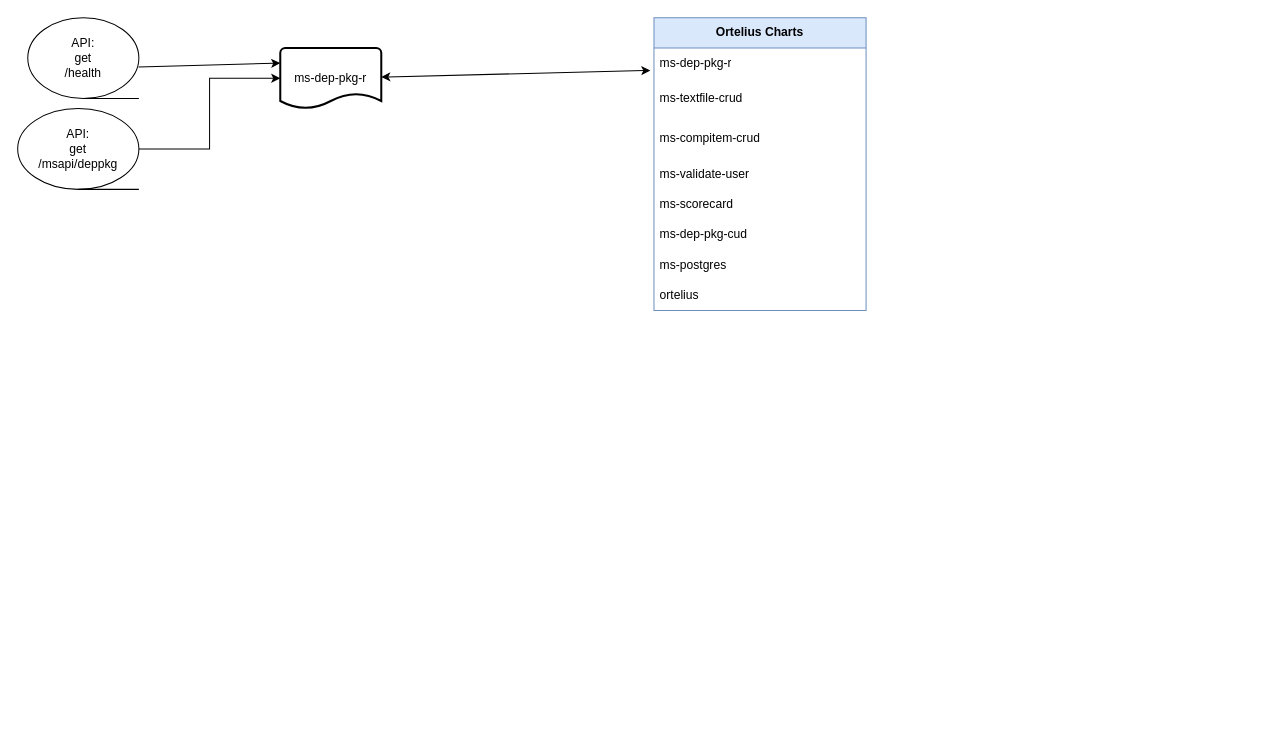
Earlier version of the draw.io diagram Ortelius_General_Workflow.drawio.xml (peRFectBeliever/app.diagrams.net). Source tidied: cells renumbered, new cells numbered last; positions are measured from the earlier drawing's top-left corner, leaving out a move shared by most shapes. Both pictures are drawn from the tidied source at 101%, with x=0, y=0 at pixel (17, 17).
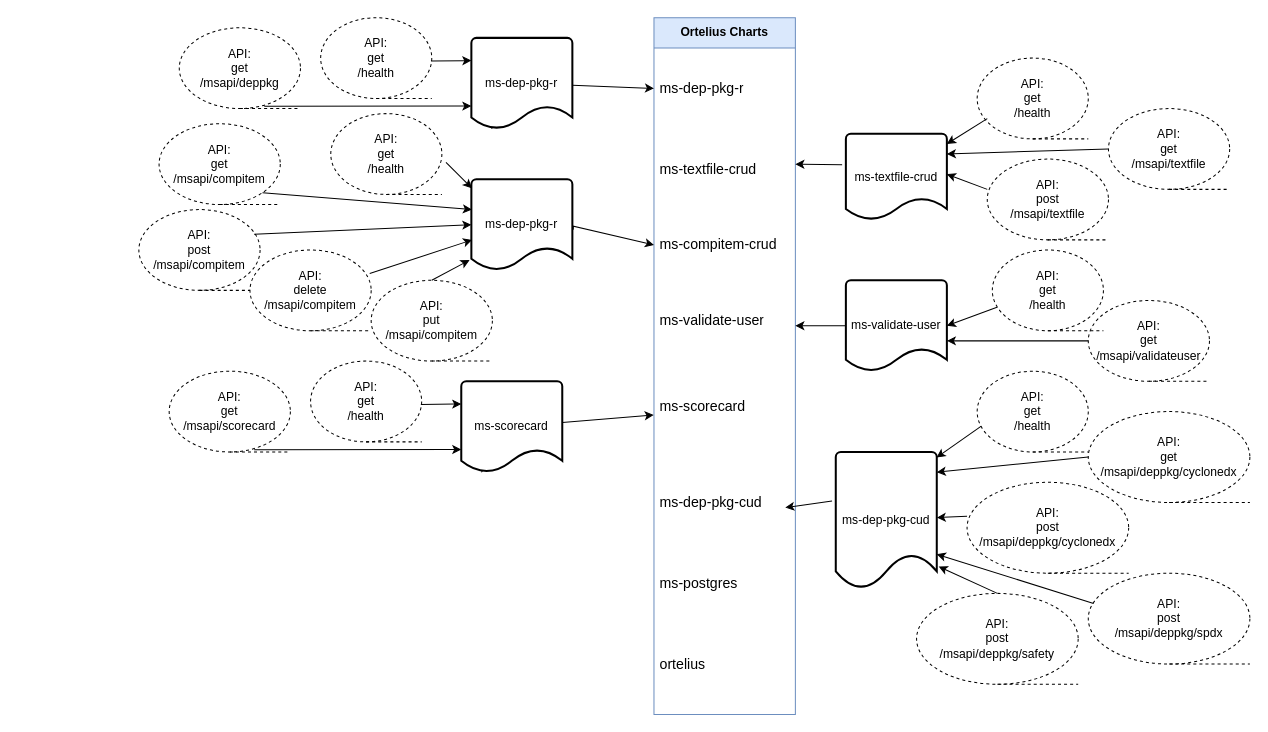
After the change.

Change to the diagram source:
```diff
@@
     <mxCell id="2" value="&lt;b&gt;Ortelius Charts&lt;/b&gt;" style="swimlane;fontStyle=0;horizontal=1;startSize=30;whiteSpace=wrap;html=1;fillColor=#dae8fc;strokeColor=#6c8ebf;" parent="1" vertex="1">
-      <mxGeometry x="630" width="210" height="290" as="geometry" />
+      <mxGeometry x="630" width="140" height="690" as="geometry" />
     </mxCell>
-    <mxCell id="3" value="ms-dep-pkg-r" style="text;strokeColor=none;fillColor=none;align=left;verticalAlign=middle;spacingLeft=4;spacingRight=4;overflow=hidden;points=[[0,0.5],[1,0.5]];portConstraint=eastwest;whiteSpace=wrap;html=1;" parent="2" vertex="1">
-      <mxGeometry y="30" width="210" height="30" as="geometry" />
+    <mxCell id="3" value="ms-dep-pkg-r" style="text;strokeColor=none;fillColor=none;align=left;verticalAlign=middle;spacingLeft=4;spacingRight=4;overflow=hidden;points=[[0,0.5],[1,0.5]];portConstraint=eastwest;whiteSpace=wrap;html=1;fontSize=14;" parent="2" vertex="1">
+      <mxGeometry y="30" width="140" height="80" as="geometry" />
     </mxCell>
-    <mxCell id="4" value="ms-textfile-crud" style="text;strokeColor=none;fillColor=none;align=left;verticalAlign=middle;spacingLeft=4;spacingRight=4;overflow=hidden;points=[[0,0.5],[1,0.5]];portConstraint=eastwest;whiteSpace=wrap;html=1;" parent="2" vertex="1">
-      <mxGeometry y="60" width="210" height="40" as="geometry" />
+    <mxCell id="4" value="ms-textfile-crud" style="text;strokeColor=none;fillColor=none;align=left;verticalAlign=middle;spacingLeft=4;spacingRight=4;overflow=hidden;points=[[0,0.5],[1,0.5]];portConstraint=eastwest;whiteSpace=wrap;html=1;fontSize=14;" parent="2" vertex="1">
+      <mxGeometry y="110" width="140" height="80" as="geometry" />
     </mxCell>
-    <mxCell id="5" value="ms-compitem-crud" style="text;strokeColor=none;fillColor=none;align=left;verticalAlign=middle;spacingLeft=4;spacingRight=4;overflow=hidden;points=[[0,0.5],[1,0.5]];portConstraint=eastwest;whiteSpace=wrap;html=1;" parent="2" vertex="1">
-      <mxGeometry y="100" width="210" height="40" as="geometry" />
+    <mxCell id="5" value="ms-compitem-crud" style="text;strokeColor=none;fillColor=none;align=left;verticalAlign=middle;spacingLeft=4;spacingRight=4;overflow=hidden;points=[[0,0.5],[1,0.5]];portConstraint=eastwest;whiteSpace=wrap;html=1;fontSize=14;" parent="2" vertex="1">
+      <mxGeometry y="190" width="140" height="70" as="geometry" />
     </mxCell>
-    <mxCell id="6" value="ms-validate-user" style="text;strokeColor=none;fillColor=none;align=left;verticalAlign=middle;spacingLeft=4;spacingRight=4;overflow=hidden;points=[[0,0.5],[1,0.5]];portConstraint=eastwest;whiteSpace=wrap;html=1;" parent="2" vertex="1">
-      <mxGeometry y="140" width="210" height="30" as="geometry" />
+    <mxCell id="6" value="ms-validate-user" style="text;strokeColor=none;fillColor=none;align=left;verticalAlign=middle;spacingLeft=4;spacingRight=4;overflow=hidden;points=[[0,0.5],[1,0.5]];portConstraint=eastwest;whiteSpace=wrap;html=1;fontSize=14;" parent="2" vertex="1">
+      <mxGeometry y="260" width="140" height="80" as="geometry" />
     </mxCell>
-    <mxCell id="7" value="ms-scorecard" style="text;strokeColor=none;fillColor=none;align=left;verticalAlign=middle;spacingLeft=4;spacingRight=4;overflow=hidden;points=[[0,0.5],[1,0.5]];portConstraint=eastwest;whiteSpace=wrap;html=1;" parent="2" vertex="1">
-      <mxGeometry y="170" width="210" height="30" as="geometry" />
+    <mxCell id="7" value="ms-scorecard" style="text;strokeColor=none;fillColor=none;align=left;verticalAlign=middle;spacingLeft=4;spacingRight=4;overflow=hidden;points=[[0,0.5],[1,0.5]];portConstraint=eastwest;whiteSpace=wrap;html=1;fontSize=14;" parent="2" vertex="1">
+      <mxGeometry y="340" width="140" height="90" as="geometry" />
     </mxCell>
-    <mxCell id="8" value="ms-dep-pkg-cud" style="text;strokeColor=none;fillColor=none;align=left;verticalAlign=middle;spacingLeft=4;spacingRight=4;overflow=hidden;whiteSpace=wrap;html=1;" parent="2" vertex="1">
-      <mxGeometry y="200" width="210" height="30" as="geometry" />
+    <mxCell id="8" value="ms-dep-pkg-cud" style="text;strokeColor=none;fillColor=none;align=left;verticalAlign=middle;spacingLeft=4;spacingRight=4;overflow=hidden;whiteSpace=wrap;html=1;fontSize=14;" parent="2" vertex="1">
+      <mxGeometry y="430" width="140" height="100" as="geometry" />
     </mxCell>
-    <mxCell id="9" value="ms-postgres" style="text;strokeColor=none;fillColor=none;align=left;verticalAlign=middle;spacingLeft=4;spacingRight=4;overflow=hidden;whiteSpace=wrap;html=1;" parent="2" vertex="1">
-      <mxGeometry y="230" width="210" height="30" as="geometry" />
+    <mxCell id="9" value="ms-postgres" style="text;strokeColor=none;fillColor=none;align=left;verticalAlign=middle;spacingLeft=4;spacingRight=4;overflow=hidden;whiteSpace=wrap;html=1;fontSize=14;" parent="2" vertex="1">
+      <mxGeometry y="530" width="140" height="60" as="geometry" />
     </mxCell>
-    <mxCell id="10" value="ortelius" style="text;strokeColor=none;fillColor=none;align=left;verticalAlign=middle;spacingLeft=4;spacingRight=4;overflow=hidden;whiteSpace=wrap;html=1;" parent="2" vertex="1">
-      <mxGeometry y="260" width="210" height="30" as="geometry" />
+    <mxCell id="10" value="ortelius" style="text;strokeColor=none;fillColor=none;align=left;verticalAlign=middle;spacingLeft=4;spacingRight=4;overflow=hidden;whiteSpace=wrap;html=1;fontSize=14;" parent="2" vertex="1">
+      <mxGeometry y="590" width="140" height="100" as="geometry" />
     </mxCell>
-    <mxCell id="11" style="endArrow=classic;startArrow=classic;html=1;rounded=0;exitX=-0.017;exitY=0.741;exitDx=0;exitDy=0;exitPerimeter=0;" parent="1" edge="1" source="3" target="12">
-      <mxGeometry relative="1" as="geometry" />
-    </mxCell>
-    <mxCell id="12" value="ms-dep-pkg-r" style="strokeWidth=2;html=1;shape=mxgraph.flowchart.document2;whiteSpace=wrap;size=0.25;" parent="1" vertex="1">
-      <mxGeometry x="260" y="30" width="100" height="60" as="geometry" />
-    </mxCell>
-    <mxCell id="13" style="edgeStyle=orthogonalEdgeStyle;rounded=0;jettySize=auto;html=1;entryX=0;entryY=0.5;entryDx=0;entryDy=0;entryPerimeter=0;" parent="1" edge="1" source="14" target="12">
-      <mxGeometry relative="1" as="geometry" />
-    </mxCell>
+    <mxCell id="17" style="edgeStyle=orthogonalEdgeStyle;rounded=0;orthogonalLoop=1;jettySize=auto;html=1;exitX=1;exitY=0.5;exitDx=0;exitDy=0;" parent="2" edge="1" source="6" target="6">
+      <mxGeometry relative="1" as="geometry" />
+    </mxCell>
-    <mxCell id="14" value="API:&lt;br&gt;get&lt;br&gt;/msapi/deppkg" style="shape=tapeData;whiteSpace=wrap;html=1;perimeter=ellipsePerimeter;" parent="1" vertex="1">
-      <mxGeometry y="90" width="120" height="80" as="geometry" />
+    <mxCell id="14" value="API:&lt;br&gt;get&lt;br&gt;/msapi/deppkg" style="shape=tapeData;whiteSpace=wrap;html=1;perimeter=ellipsePerimeter;dashed=1;" parent="1" vertex="1">
+      <mxGeometry x="160" y="10" width="120" height="80" as="geometry" />
     </mxCell>
-    <mxCell id="15" value="API:&lt;br&gt;get&lt;br&gt;/health" style="shape=tapeData;whiteSpace=wrap;html=1;perimeter=ellipsePerimeter;" parent="1" vertex="1">
-      <mxGeometry x="10" width="110" height="80" as="geometry" />
+    <mxCell id="15" value="API:&lt;br&gt;get&lt;br&gt;/health" style="shape=tapeData;whiteSpace=wrap;html=1;perimeter=ellipsePerimeter;dashed=1;" parent="1" vertex="1">
+      <mxGeometry x="300" width="110" height="80" as="geometry" />
     </mxCell>
-    <mxCell id="16" style="endArrow=classic;html=1;rounded=0;entryX=0;entryY=0.25;entryDx=0;entryDy=0;entryPerimeter=0;exitX=0.997;exitY=0.611;exitDx=0;exitDy=0;exitPerimeter=0;" parent="1" edge="1" source="15" target="12">
-      <mxGeometry relative="1" as="geometry" />
-    </mxCell>
+    <mxCell id="18" value="ms-textfile-crud" style="strokeWidth=2;html=1;shape=mxgraph.flowchart.document2;whiteSpace=wrap;size=0.25;" parent="1" vertex="1">
+      <mxGeometry x="820" y="115" width="100" height="85" as="geometry" />
+    </mxCell>
+    <mxCell id="19" style="endArrow=classic;html=1;rounded=0;startArrow=none;entryX=0;entryY=0.5;entryDx=0;entryDy=0;" parent="1" edge="1" source="12" target="3">
+      <mxGeometry relative="1" as="geometry" />
+    </mxCell>
+    <mxCell id="20" style="endArrow=none;html=1;rounded=0;" parent="1" edge="1" target="12">
+      <mxGeometry relative="1" as="geometry">
+        <mxPoint x="489.2" y="80" as="sourcePoint" />
+      </mxGeometry>
+    </mxCell>
+    <mxCell id="12" value="ms-dep-pkg-r" style="strokeWidth=2;html=1;shape=mxgraph.flowchart.document2;whiteSpace=wrap;size=0.25;" parent="1" vertex="1">
+      <mxGeometry x="449.2" y="20" width="100" height="90" as="geometry" />
+    </mxCell>
+    <mxCell id="21" style="endArrow=classic;html=1;rounded=0;startArrow=none;entryX=0;entryY=0.25;entryDx=0;entryDy=0;entryPerimeter=0;" parent="1" edge="1" target="12">
+      <mxGeometry relative="1" as="geometry">
+        <mxPoint x="409.2" y="43" as="sourcePoint" />
+      </mxGeometry>
+    </mxCell>
+    <mxCell id="13" style="endArrow=classic;html=1;rounded=0;entryX=0;entryY=0.75;entryDx=0;entryDy=0;entryPerimeter=0;exitX=0.701;exitY=0.972;exitDx=0;exitDy=0;exitPerimeter=0;" parent="1" edge="1" source="14" target="12">
+      <mxGeometry relative="1" as="geometry" />
+    </mxCell>
+    <mxCell id="22" value="API:&lt;br&gt;get&lt;br&gt;/msapi/textfile" style="shape=tapeData;whiteSpace=wrap;html=1;perimeter=ellipsePerimeter;dashed=1;" parent="1" vertex="1">
+      <mxGeometry x="1080" y="90" width="120" height="80" as="geometry" />
+    </mxCell>
+    <mxCell id="23" value="API:&lt;br&gt;get&lt;br&gt;/health" style="shape=tapeData;whiteSpace=wrap;html=1;perimeter=ellipsePerimeter;dashed=1;" parent="1" vertex="1">
+      <mxGeometry x="950" y="40" width="110" height="80" as="geometry" />
+    </mxCell>
+    <mxCell id="24" style="endArrow=classic;html=1;rounded=0;startArrow=none;entryX=1;entryY=0.438;entryDx=0;entryDy=0;exitX=-0.037;exitY=0.36;exitDx=0;exitDy=0;exitPerimeter=0;entryPerimeter=0;" parent="1" edge="1" source="18" target="4">
+      <mxGeometry relative="1" as="geometry" />
+    </mxCell>
+    <mxCell id="25" style="endArrow=classic;html=1;rounded=0;startArrow=none;exitX=0;exitY=0.5;exitDx=0;exitDy=0;exitPerimeter=0;entryX=1;entryY=0.25;entryDx=0;entryDy=0;entryPerimeter=0;" parent="1" edge="1">
+      <mxGeometry relative="1" as="geometry">
+        <mxPoint x="960" y="100" as="sourcePoint" />
+        <mxPoint x="920" y="125" as="targetPoint" />
+      </mxGeometry>
+    </mxCell>
+    <mxCell id="26" style="endArrow=classic;html=1;rounded=0;startArrow=none;exitX=0;exitY=0.5;exitDx=0;exitDy=0;" parent="1" edge="1" source="22">
+      <mxGeometry relative="1" as="geometry">
+        <mxPoint x="920" y="135" as="targetPoint" />
+      </mxGeometry>
+    </mxCell>
+    <mxCell id="27" value="API:&lt;br&gt;post&lt;br&gt;/msapi/textfile" style="shape=tapeData;whiteSpace=wrap;html=1;perimeter=ellipsePerimeter;dashed=1;" parent="1" vertex="1">
+      <mxGeometry x="960" y="140" width="120" height="80" as="geometry" />
+    </mxCell>
+    <mxCell id="28" style="endArrow=classic;html=1;rounded=0;entryX=1;entryY=0.75;entryDx=0;entryDy=0;exitX=0;exitY=0.375;exitDx=0;exitDy=0;exitPerimeter=0;entryPerimeter=0;" parent="1" edge="1" source="27">
+      <mxGeometry relative="1" as="geometry">
+        <mxPoint x="920" y="155" as="targetPoint" />
+      </mxGeometry>
+    </mxCell>
+    <mxCell id="29" value="API:&lt;br&gt;get&lt;br&gt;/msapi/compitem" style="shape=tapeData;whiteSpace=wrap;html=1;perimeter=ellipsePerimeter;dashed=1;" parent="1" vertex="1">
+      <mxGeometry x="140" y="105" width="120" height="80" as="geometry" />
+    </mxCell>
+    <mxCell id="30" value="API:&lt;br&gt;get&lt;br&gt;/health" style="shape=tapeData;whiteSpace=wrap;html=1;perimeter=ellipsePerimeter;dashed=1;" parent="1" vertex="1">
+      <mxGeometry x="310" y="95" width="110" height="80" as="geometry" />
+    </mxCell>
+    <mxCell id="31" style="endArrow=none;html=1;rounded=0;" parent="1" edge="1" target="32">
+      <mxGeometry relative="1" as="geometry">
+        <mxPoint x="449.2" y="220" as="sourcePoint" />
+      </mxGeometry>
+    </mxCell>
+    <mxCell id="32" value="ms-dep-pkg-r" style="strokeWidth=2;html=1;shape=mxgraph.flowchart.document2;whiteSpace=wrap;size=0.25;" parent="1" vertex="1">
+      <mxGeometry x="449.2" y="160" width="100" height="90" as="geometry" />
+    </mxCell>
+    <mxCell id="33" style="endArrow=classic;html=1;rounded=0;startArrow=none;entryX=0.005;entryY=0.099;entryDx=0;entryDy=0;entryPerimeter=0;exitX=1.037;exitY=0.604;exitDx=0;exitDy=0;exitPerimeter=0;" parent="1" edge="1" source="30" target="32">
+      <mxGeometry relative="1" as="geometry" />
+    </mxCell>
+    <mxCell id="34" style="endArrow=classic;html=1;rounded=0;entryX=0.005;entryY=0.333;entryDx=0;entryDy=0;entryPerimeter=0;exitX=1;exitY=1;exitDx=0;exitDy=0;" parent="1" edge="1" source="29" target="32">
+      <mxGeometry relative="1" as="geometry" />
+    </mxCell>
+    <mxCell id="35" style="endArrow=classic;html=1;rounded=0;startArrow=none;entryX=0;entryY=0.5;entryDx=0;entryDy=0;" parent="1" edge="1" target="5">
+      <mxGeometry relative="1" as="geometry">
+        <mxPoint x="550" y="210" as="sourcePoint" />
+        <Array as="points">
+          <mxPoint x="550.2" y="206.5" />
+        </Array>
+      </mxGeometry>
+    </mxCell>
+    <mxCell id="36" value="API:&lt;br&gt;post&lt;br&gt;/msapi/compitem" style="shape=tapeData;whiteSpace=wrap;html=1;perimeter=ellipsePerimeter;dashed=1;" parent="1" vertex="1">
+      <mxGeometry x="120" y="190" width="120" height="80" as="geometry" />
+    </mxCell>
+    <mxCell id="37" value="API:&lt;br&gt;delete&lt;br&gt;/msapi/compitem" style="shape=tapeData;whiteSpace=wrap;html=1;perimeter=ellipsePerimeter;dashed=1;" parent="1" vertex="1">
+      <mxGeometry x="230" y="230" width="120" height="80" as="geometry" />
+    </mxCell>
+    <mxCell id="38" value="API:&lt;br&gt;put&lt;br&gt;/msapi/compitem" style="shape=tapeData;whiteSpace=wrap;html=1;perimeter=ellipsePerimeter;dashed=1;" parent="1" vertex="1">
+      <mxGeometry x="350" y="260" width="120" height="80" as="geometry" />
+    </mxCell>
+    <mxCell id="39" style="endArrow=classic;html=1;rounded=0;entryX=0;entryY=0.5;entryDx=0;entryDy=0;entryPerimeter=0;exitX=0.951;exitY=0.306;exitDx=0;exitDy=0;exitPerimeter=0;" parent="1" edge="1" source="36" target="32">
+      <mxGeometry relative="1" as="geometry" />
+    </mxCell>
+    <mxCell id="40" style="endArrow=classic;html=1;rounded=0;exitX=0.988;exitY=0.292;exitDx=0;exitDy=0;exitPerimeter=0;" parent="1" edge="1" source="37">
+      <mxGeometry relative="1" as="geometry">
+        <mxPoint x="450" y="220" as="targetPoint" />
+      </mxGeometry>
+    </mxCell>
+    <mxCell id="41" style="endArrow=classic;html=1;rounded=0;exitX=0.5;exitY=0;exitDx=0;exitDy=0;entryX=-0.018;entryY=0.889;entryDx=0;entryDy=0;entryPerimeter=0;" parent="1" edge="1" source="38" target="32">
+      <mxGeometry relative="1" as="geometry" />
+    </mxCell>
+    <mxCell id="42" value="ms-validate-user" style="strokeWidth=2;html=1;shape=mxgraph.flowchart.document2;whiteSpace=wrap;size=0.25;" parent="1" vertex="1">
+      <mxGeometry x="820" y="260" width="100" height="90" as="geometry" />
+    </mxCell>
+    <mxCell id="43" value="API:&lt;br&gt;get&lt;br&gt;/msapi/validateuser" style="shape=tapeData;whiteSpace=wrap;html=1;perimeter=ellipsePerimeter;dashed=1;" parent="1" vertex="1">
+      <mxGeometry x="1060" y="280" width="120" height="80" as="geometry" />
+    </mxCell>
+    <mxCell id="44" value="API:&lt;br&gt;get&lt;br&gt;/health" style="shape=tapeData;whiteSpace=wrap;html=1;perimeter=ellipsePerimeter;dashed=1;" parent="1" vertex="1">
+      <mxGeometry x="965" y="230" width="110" height="80" as="geometry" />
+    </mxCell>
+    <mxCell id="45" style="endArrow=classic;html=1;rounded=0;startArrow=none;entryX=1;entryY=0.438;entryDx=0;entryDy=0;exitX=0;exitY=0.5;exitDx=0;exitDy=0;exitPerimeter=0;entryPerimeter=0;" parent="1" edge="1" source="42">
+      <mxGeometry relative="1" as="geometry">
+        <mxPoint x="770" y="305" as="targetPoint" />
+      </mxGeometry>
+    </mxCell>
+    <mxCell id="46" style="endArrow=classic;html=1;rounded=0;startArrow=none;exitX=0.042;exitY=0.709;exitDx=0;exitDy=0;exitPerimeter=0;entryX=1;entryY=0.5;entryDx=0;entryDy=0;entryPerimeter=0;" parent="1" edge="1" source="44" target="42">
+      <mxGeometry relative="1" as="geometry" />
+    </mxCell>
+    <mxCell id="47" style="endArrow=classic;html=1;rounded=0;startArrow=none;exitX=0;exitY=0.5;exitDx=0;exitDy=0;" parent="1" edge="1" source="43">
+      <mxGeometry relative="1" as="geometry">
+        <mxPoint x="920" y="320" as="targetPoint" />
+      </mxGeometry>
+    </mxCell>
+    <mxCell id="48" value="API:&lt;br&gt;get&lt;br&gt;/msapi/scorecard" style="shape=tapeData;whiteSpace=wrap;html=1;perimeter=ellipsePerimeter;dashed=1;" parent="1" vertex="1">
+      <mxGeometry x="150" y="350" width="120" height="80" as="geometry" />
+    </mxCell>
+    <mxCell id="49" value="API:&lt;br&gt;get&lt;br&gt;/health" style="shape=tapeData;whiteSpace=wrap;html=1;perimeter=ellipsePerimeter;dashed=1;" parent="1" vertex="1">
+      <mxGeometry x="290" y="340" width="110" height="80" as="geometry" />
+    </mxCell>
+    <mxCell id="50" style="endArrow=classic;html=1;rounded=0;startArrow=none;entryX=-0.002;entryY=0.593;entryDx=0;entryDy=0;entryPerimeter=0;" parent="1" edge="1" source="52" target="7">
+      <mxGeometry relative="1" as="geometry" />
+    </mxCell>
+    <mxCell id="51" style="endArrow=none;html=1;rounded=0;" parent="1" edge="1" target="52">
+      <mxGeometry relative="1" as="geometry">
+        <mxPoint x="479.2" y="420" as="sourcePoint" />
+      </mxGeometry>
+    </mxCell>
+    <mxCell id="52" value="ms-scorecard" style="strokeWidth=2;html=1;shape=mxgraph.flowchart.document2;whiteSpace=wrap;size=0.25;" parent="1" vertex="1">
+      <mxGeometry x="439.2" y="360" width="100" height="90" as="geometry" />
+    </mxCell>
+    <mxCell id="53" style="endArrow=classic;html=1;rounded=0;startArrow=none;entryX=0;entryY=0.25;entryDx=0;entryDy=0;entryPerimeter=0;" parent="1" edge="1" target="52">
+      <mxGeometry relative="1" as="geometry">
+        <mxPoint x="399.2" y="383" as="sourcePoint" />
+      </mxGeometry>
+    </mxCell>
+    <mxCell id="54" style="endArrow=classic;html=1;rounded=0;entryX=0;entryY=0.75;entryDx=0;entryDy=0;entryPerimeter=0;exitX=0.701;exitY=0.972;exitDx=0;exitDy=0;exitPerimeter=0;" parent="1" edge="1" source="48" target="52">
+      <mxGeometry relative="1" as="geometry" />
+    </mxCell>
+    <mxCell id="55" value="ms-dep-pkg-cud" style="strokeWidth=2;html=1;shape=mxgraph.flowchart.document2;whiteSpace=wrap;size=0.25;" parent="1" vertex="1">
+      <mxGeometry x="810" y="430" width="100" height="135" as="geometry" />
+    </mxCell>
+    <mxCell id="56" value="API:&lt;br&gt;get&lt;br&gt;/msapi/deppkg/cyclonedx" style="shape=tapeData;whiteSpace=wrap;html=1;perimeter=ellipsePerimeter;dashed=1;" parent="1" vertex="1">
+      <mxGeometry x="1060" y="390" width="160" height="90" as="geometry" />
+    </mxCell>
+    <mxCell id="57" value="API:&lt;br&gt;get&lt;br&gt;/health" style="shape=tapeData;whiteSpace=wrap;html=1;perimeter=ellipsePerimeter;dashed=1;" parent="1" vertex="1">
+      <mxGeometry x="950" y="350" width="110" height="80" as="geometry" />
+    </mxCell>
+    <mxCell id="58" style="endArrow=classic;html=1;rounded=0;startArrow=none;entryX=1;entryY=0.438;entryDx=0;entryDy=0;exitX=-0.037;exitY=0.36;exitDx=0;exitDy=0;exitPerimeter=0;entryPerimeter=0;" parent="1" edge="1" source="55">
+      <mxGeometry relative="1" as="geometry">
+        <mxPoint x="760" y="485" as="targetPoint" />
+      </mxGeometry>
+    </mxCell>
+    <mxCell id="59" style="endArrow=classic;html=1;rounded=0;startArrow=none;exitX=0.037;exitY=0.681;exitDx=0;exitDy=0;exitPerimeter=0;entryX=0.997;entryY=0.041;entryDx=0;entryDy=0;entryPerimeter=0;" parent="1" edge="1" source="57" target="55">
+      <mxGeometry relative="1" as="geometry" />
+    </mxCell>
+    <mxCell id="60" style="endArrow=classic;html=1;rounded=0;startArrow=none;exitX=0;exitY=0.5;exitDx=0;exitDy=0;" parent="1" edge="1" source="56">
+      <mxGeometry relative="1" as="geometry">
+        <mxPoint x="910" y="450" as="targetPoint" />
+      </mxGeometry>
+    </mxCell>
+    <mxCell id="61" value="API:&lt;br style=&quot;border-color: var(--border-color);&quot;&gt;post&lt;br style=&quot;border-color: var(--border-color);&quot;&gt;/msapi/deppkg/cyclonedx" style="shape=tapeData;whiteSpace=wrap;html=1;perimeter=ellipsePerimeter;dashed=1;" parent="1" vertex="1">
+      <mxGeometry x="940" y="460" width="160" height="90" as="geometry" />
+    </mxCell>
+    <mxCell id="62" style="endArrow=classic;html=1;rounded=0;entryX=1;entryY=0.75;entryDx=0;entryDy=0;exitX=0;exitY=0.375;exitDx=0;exitDy=0;exitPerimeter=0;entryPerimeter=0;" parent="1" edge="1" source="61">
+      <mxGeometry relative="1" as="geometry">
+        <mxPoint x="910" y="495" as="targetPoint" />
+      </mxGeometry>
+    </mxCell>
+    <mxCell id="63" value="API:&lt;br style=&quot;border-color: var(--border-color);&quot;&gt;post&lt;br style=&quot;border-color: var(--border-color);&quot;&gt;/msapi/deppkg/spdx" style="shape=tapeData;whiteSpace=wrap;html=1;perimeter=ellipsePerimeter;dashed=1;" parent="1" vertex="1">
+      <mxGeometry x="1060" y="550" width="160" height="90" as="geometry" />
+    </mxCell>
+    <mxCell id="64" value="API:&lt;br style=&quot;border-color: var(--border-color);&quot;&gt;post&lt;br style=&quot;border-color: var(--border-color);&quot;&gt;/msapi/deppkg/safety" style="shape=tapeData;whiteSpace=wrap;html=1;perimeter=ellipsePerimeter;dashed=1;" parent="1" vertex="1">
+      <mxGeometry x="890" y="570" width="160" height="90" as="geometry" />
+    </mxCell>
+    <mxCell id="65" style="endArrow=classic;html=1;rounded=0;startArrow=none;exitX=0.033;exitY=0.333;exitDx=0;exitDy=0;entryX=1;entryY=0.75;entryDx=0;entryDy=0;entryPerimeter=0;exitPerimeter=0;" parent="1" edge="1" source="63" target="55">
+      <mxGeometry relative="1" as="geometry" />
+    </mxCell>
+    <mxCell id="66" style="endArrow=classic;html=1;rounded=0;startArrow=none;exitX=0.5;exitY=0;exitDx=0;exitDy=0;entryX=1.019;entryY=0.84;entryDx=0;entryDy=0;entryPerimeter=0;" parent="1" edge="1" source="64" target="55">
+      <mxGeometry relative="1" as="geometry" />
+    </mxCell>
```
